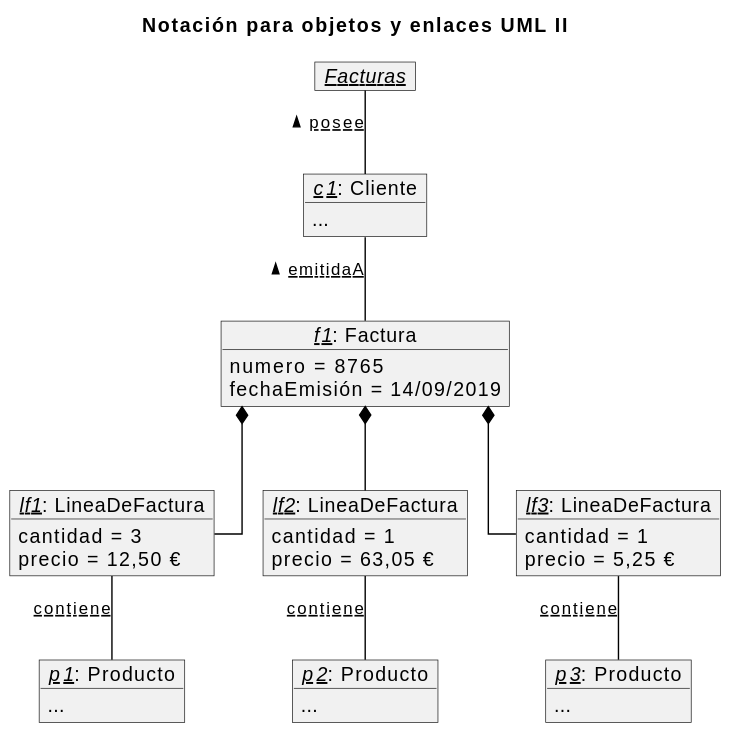
This is assets/slides/iissi1/t6-introduccion-al-modelado-conceptual/puml/do-notacion-objetos-uml-II.svg from IISSI-US/web, a PlantUML export, as it was before one commit.
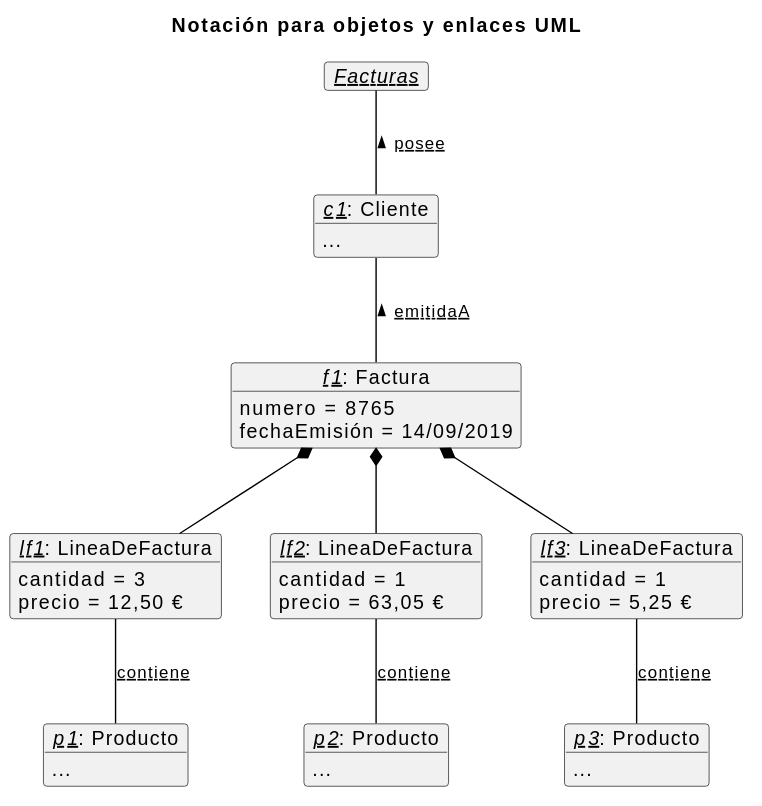
After the change.

Diff of the diagram source:
```diff
@@ -1,10 +1,44 @@
 @startuml
-title Notación para objetos y enlaces UML II
+title Notación para objetos y enlaces UML
 !include ../../puml/final.iuml
 
-!include Facturas.iuml
-!include Productos.iuml
-!include LineaDeFacturas.iuml
+object "<u><i>f1: Factura" as f1 {
+numero = 8765
+fechaEmisión = 14/09/2019
+}
+
+object "<u><i>c1: Cliente" as c1 {
+    ...
+}
+
+object "<u><i>Facturas" as facturas
+
+object "<u><i>p1: Producto" as p1{
+    ...
+}
+
+object "<u><i>p2: Producto" as p2{
+    ...
+}
+
+object "<u><i>p3: Producto" as p3{
+    ...
+}
+
+object "<u><i>lf1: LineaDeFactura" as lf1 {
+cantidad = 3
+precio = 12,50 €
+}
+
+object "<u><i>lf2: LineaDeFactura" as lf2 {
+cantidad = 1
+precio = 63,05 €
+}
+
+object "<u><i>lf3: LineaDeFactura" as lf3 {
+cantidad = 1
+precio = 5,25 €
+}
 
 facturas -- c1: <u>posee</u> <
 c1 -- f1: <u>emitidaA</u> <
```
